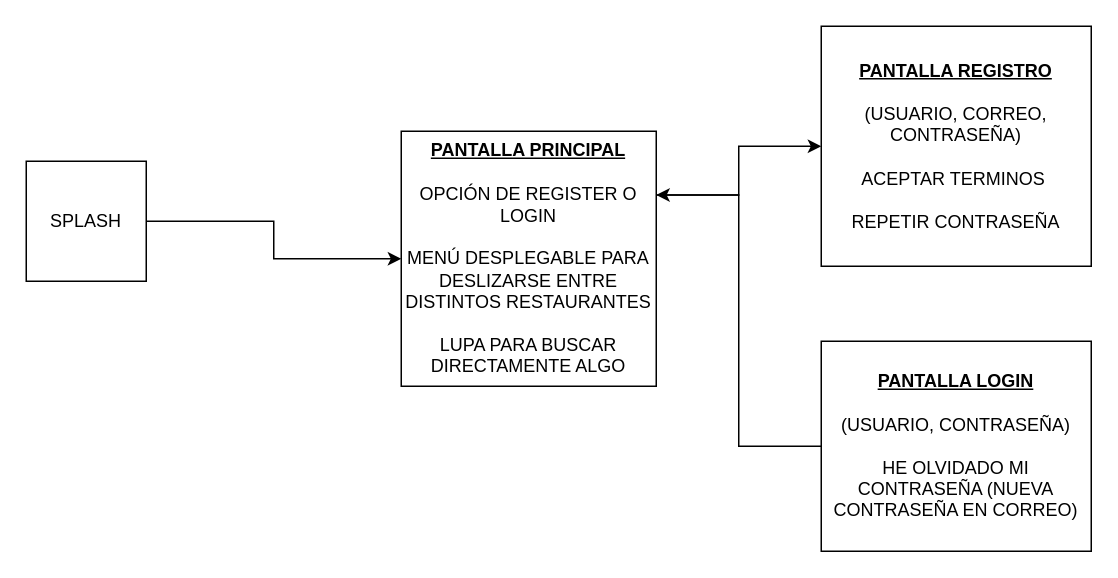
This is Diagrama sin título.drawio from angelcriber99/jerou, a draw.io file, before an edit. Source tidied: cells renumbered, new cells numbered last; positions are measured from the earlier drawing's top-left corner, leaving out a move shared by most shapes. Both pictures are drawn from the tidied source at 150%, with x=0, y=0 at pixel (26, 26).
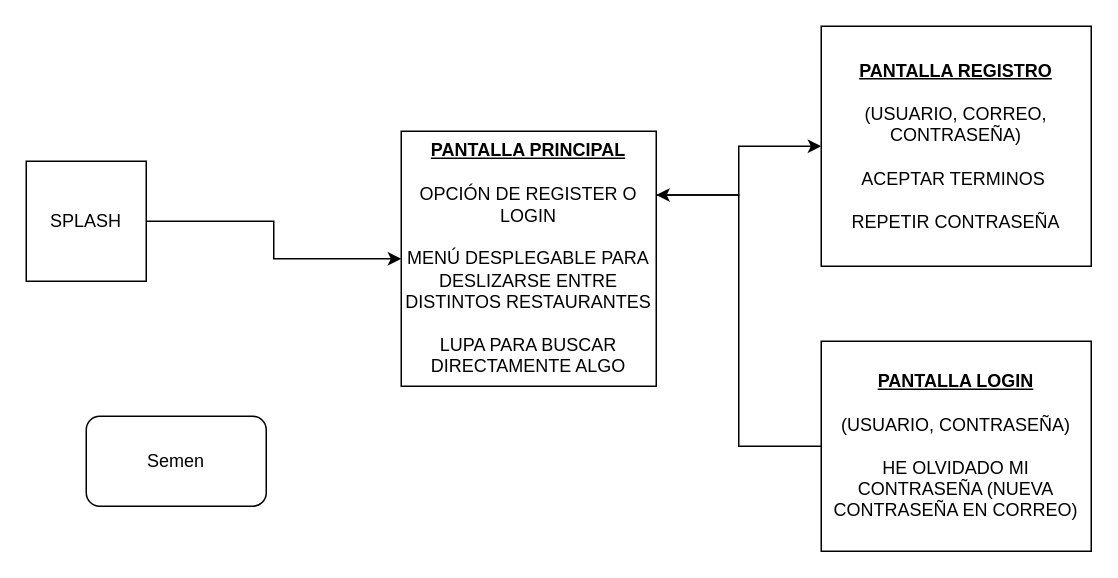
The same page after the edit.

Change to the diagram source:
```diff
@@
 <mxGraphModel>
   <root>
     <mxCell id="0" />
     <mxCell id="1" parent="0" />
     <mxCell id="2" style="edgeStyle=orthogonalEdgeStyle;rounded=0;jettySize=auto;html=1;" parent="1" edge="1" source="3" target="5">
       <mxGeometry relative="1" as="geometry" />
     </mxCell>
     <mxCell id="3" value="SPLASH" style="whiteSpace=wrap;html=1;" parent="1" vertex="1">
       <mxGeometry y="90" width="80" height="80" as="geometry" />
     </mxCell>
     <mxCell id="4" style="edgeStyle=orthogonalEdgeStyle;rounded=0;jettySize=auto;html=1;exitX=1;exitY=0.25;exitDx=0;exitDy=0;entryX=0;entryY=0.5;entryDx=0;entryDy=0;" parent="1" edge="1" source="5" target="6">
       <mxGeometry relative="1" as="geometry" />
     </mxCell>
     <mxCell id="5" value="&lt;b&gt;&lt;u&gt;PANTALLA PRINCIPAL&lt;/u&gt;&lt;/b&gt;&lt;br&gt;&lt;br&gt;OPCIÓN DE REGISTER O LOGIN&lt;br&gt;&lt;br&gt;MENÚ DESPLEGABLE PARA DESLIZARSE ENTRE DISTINTOS RESTAURANTES&lt;br&gt;&lt;br&gt;LUPA PARA BUSCAR DIRECTAMENTE ALGO" style="whiteSpace=wrap;html=1;" parent="1" vertex="1">
       <mxGeometry x="250" y="70" width="170" height="170" as="geometry" />
     </mxCell>
     <mxCell id="6" value="&lt;b&gt;&lt;u&gt;PANTALLA REGISTRO&lt;/u&gt;&lt;/b&gt;&lt;br&gt;&lt;br&gt;(USUARIO, CORREO, CONTRASEÑA)&lt;br&gt;&lt;br&gt;ACEPTAR TERMINOS&amp;nbsp;&lt;br&gt;&lt;br&gt;REPETIR CONTRASEÑA" style="rounded=0;whiteSpace=wrap;html=1;" parent="1" vertex="1">
       <mxGeometry x="530" width="180" height="160" as="geometry" />
     </mxCell>
     <mxCell id="7" style="edgeStyle=orthogonalEdgeStyle;rounded=0;jettySize=auto;html=1;entryX=1;entryY=0.25;entryDx=0;entryDy=0;" parent="1" edge="1" source="8" target="5">
       <mxGeometry relative="1" as="geometry" />
     </mxCell>
     <mxCell id="8" value="&lt;b&gt;&lt;u&gt;PANTALLA LOGIN&lt;br&gt;&lt;/u&gt;&lt;/b&gt;&lt;br&gt;(USUARIO, CONTRASEÑA)&lt;br&gt;&lt;br&gt;HE OLVIDADO MI CONTRASEÑA (NUEVA CONTRASEÑA EN CORREO)&lt;br&gt;" style="rounded=0;whiteSpace=wrap;html=1;" parent="1" vertex="1">
       <mxGeometry x="530" y="210" width="180" height="140" as="geometry" />
     </mxCell>
+    <mxCell id="9" value="Semen" style="rounded=1;whiteSpace=wrap;html=1;" parent="1" vertex="1">
+      <mxGeometry x="40" y="260" width="120" height="60" as="geometry" />
+    </mxCell>
   </root>
 </mxGraphModel>
```
